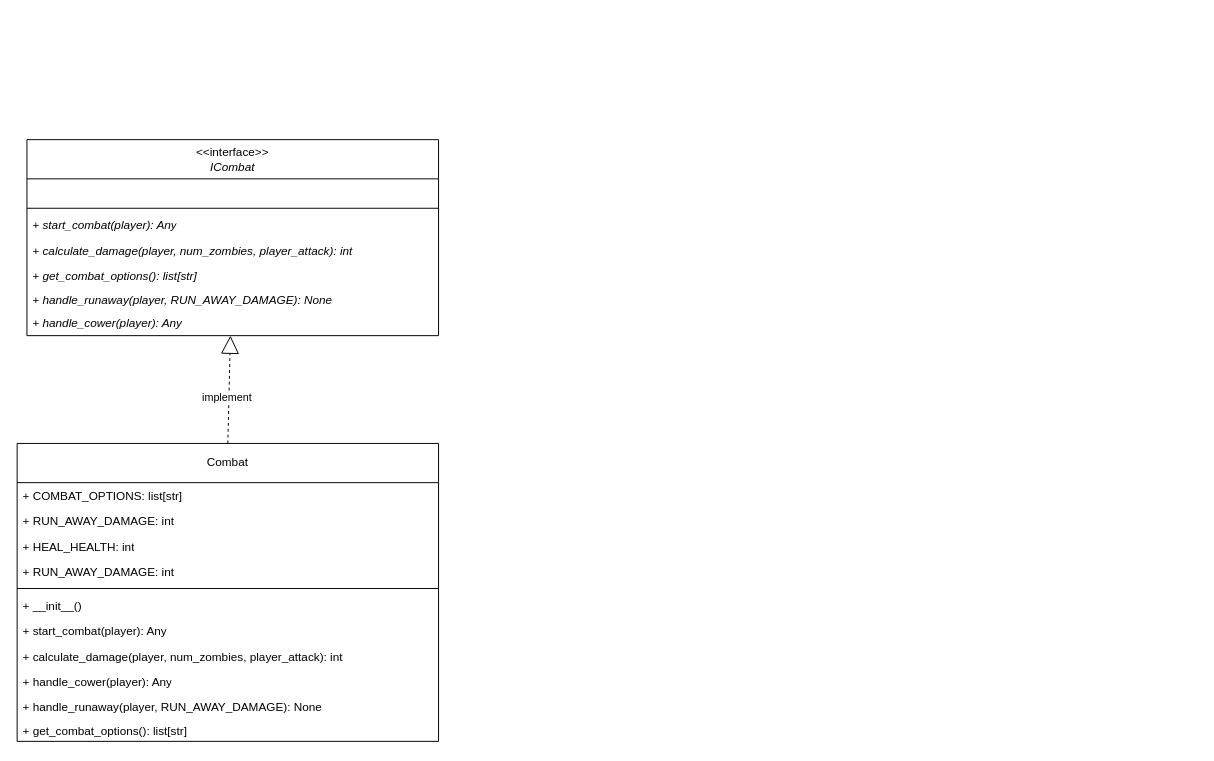
This is page "combat_before" (3 of 3) of src/model/before_pattern.drawio from arsenie-sarmiento/ZombieInMyPocket, a draw.io file, before an edit. Source tidied: cells renumbered, new cells numbered last; positions are measured from the earlier drawing's top-left corner, leaving out a move shared by most shapes. Both pictures are drawn from the tidied source at 98%, with x=0, y=0 at pixel (17, 139).
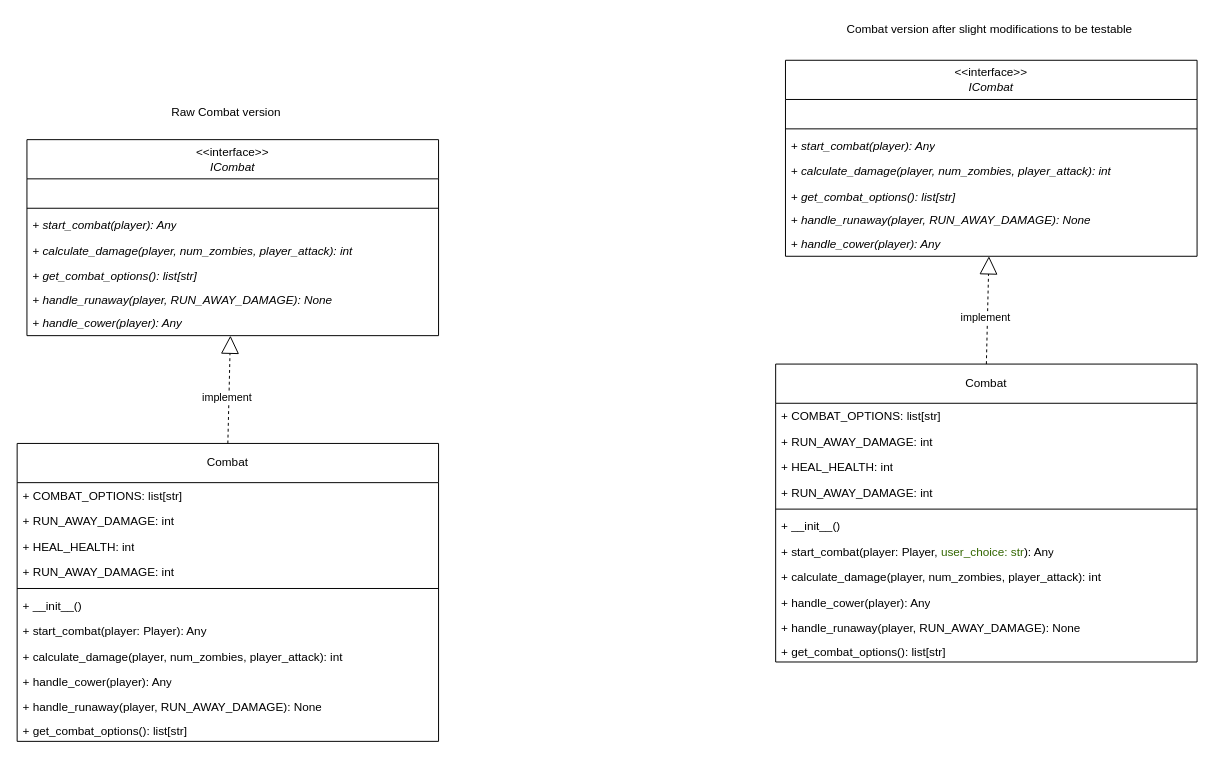
The same diagram, later.

Commit message (it also covers changes not shown here):
updated diagram, combat before, combat after, init combat after, i_combat

Unchanged cells that the change refers to:
```xml
<mxCell id="2" value="Combat" style="swimlane;fontStyle=0;horizontal=1;startSize=40;fillColor=none;whiteSpace=wrap;html=1;" parent="1" vertex="1">
  <mxGeometry y="310" width="430" height="304" as="geometry" />
</mxCell>
```

The edit, as a diff of the source:
```diff
@@
-    <mxCell id="9" value="+&amp;nbsp;start_combat(player): Any" style="text;strokeColor=none;fillColor=none;align=left;verticalAlign=top;spacingLeft=4;spacingRight=4;overflow=hidden;whiteSpace=wrap;html=1;fontStyle=0;" parent="2" vertex="1">
+    <mxCell id="9" value="+&amp;nbsp;start_combat(player: Player): Any" style="text;strokeColor=none;fillColor=none;align=left;verticalAlign=top;spacingLeft=4;spacingRight=4;overflow=hidden;whiteSpace=wrap;html=1;fontStyle=0;" parent="2" vertex="1">
       <mxGeometry y="178" width="430" height="26" as="geometry" />
     </mxCell>
@@
+    <mxCell id="24" value="Raw Combat version" style="text;html=1;align=center;verticalAlign=middle;strokeColor=none;fillColor=none;" parent="1" vertex="1">
+      <mxGeometry x="148" y="-41" width="129" height="26" as="geometry" />
+    </mxCell>
+    <mxCell id="25" value="Combat version after slight modifications to be testable" style="text;html=1;align=center;verticalAlign=middle;strokeColor=none;fillColor=none;" parent="1" vertex="1">
+      <mxGeometry x="837" y="-125" width="309" height="26" as="geometry" />
+    </mxCell>
+    <mxCell id="26" value="Combat" style="swimlane;fontStyle=0;horizontal=1;startSize=40;fillColor=none;whiteSpace=wrap;html=1;" parent="1" vertex="1">
+      <mxGeometry x="774" y="229" width="430" height="304" as="geometry" />
+    </mxCell>
+    <mxCell id="27" value="+ COMBAT_OPTIONS: list[str]" style="text;strokeColor=none;fillColor=none;align=left;verticalAlign=top;spacingLeft=4;spacingRight=4;overflow=hidden;whiteSpace=wrap;html=1;" parent="26" vertex="1">
+      <mxGeometry y="40" width="430" height="26" as="geometry" />
+    </mxCell>
+    <mxCell id="28" value="+ RUN_AWAY_DAMAGE: int" style="text;strokeColor=none;fillColor=none;align=left;verticalAlign=top;spacingLeft=4;spacingRight=4;overflow=hidden;whiteSpace=wrap;html=1;" parent="26" vertex="1">
+      <mxGeometry y="66" width="430" height="26" as="geometry" />
+    </mxCell>
+    <mxCell id="29" value="&lt;span style=&quot;color: rgb(0, 0, 0);&quot;&gt;+ HEAL_HEALTH: int&lt;/span&gt;" style="text;strokeColor=none;fillColor=none;align=left;verticalAlign=top;spacingLeft=4;spacingRight=4;overflow=hidden;whiteSpace=wrap;html=1;" parent="26" vertex="1">
+      <mxGeometry y="92" width="430" height="26" as="geometry" />
+    </mxCell>
+    <mxCell id="30" value="&lt;span style=&quot;color: rgb(0, 0, 0);&quot;&gt;+ RUN_AWAY_DAMAGE: int&lt;/span&gt;" style="text;strokeColor=none;fillColor=none;align=left;verticalAlign=top;spacingLeft=4;spacingRight=4;overflow=hidden;whiteSpace=wrap;html=1;" parent="26" vertex="1">
+      <mxGeometry y="118" width="430" height="26" as="geometry" />
+    </mxCell>
+    <mxCell id="31" style="line;strokeWidth=1;fillColor=none;align=left;verticalAlign=middle;spacingTop=-1;spacingLeft=3;spacingRight=3;labelPosition=right;strokeColor=inherit;" parent="26" vertex="1">
+      <mxGeometry y="144" width="430" height="8" as="geometry" />
+    </mxCell>
+    <mxCell id="32" value="+&amp;nbsp;__init__()" style="text;strokeColor=none;fillColor=none;align=left;verticalAlign=top;spacingLeft=4;spacingRight=4;overflow=hidden;whiteSpace=wrap;html=1;fontStyle=0;" parent="26" vertex="1">
+      <mxGeometry y="152" width="430" height="26" as="geometry" />
+    </mxCell>
+    <mxCell id="33" value="+&amp;nbsp;start_combat(player: Player, &lt;font style=&quot;color: rgb(51, 102, 0);&quot;&gt;user_choice: str&lt;/font&gt;): Any" style="text;strokeColor=none;fillColor=none;align=left;verticalAlign=top;spacingLeft=4;spacingRight=4;overflow=hidden;whiteSpace=wrap;html=1;fontStyle=0;" parent="26" vertex="1">
+      <mxGeometry y="178" width="430" height="26" as="geometry" />
+    </mxCell>
+    <mxCell id="34" value="+&amp;nbsp;calculate_damage(player, num_zombies, player_attack): int" style="text;strokeColor=none;fillColor=none;align=left;verticalAlign=top;spacingLeft=4;spacingRight=4;overflow=hidden;whiteSpace=wrap;html=1;fontStyle=0;" parent="26" vertex="1">
+      <mxGeometry y="204" width="430" height="26" as="geometry" />
+    </mxCell>
+    <mxCell id="35" value="+&amp;nbsp;handle_cower(player): Any" style="text;strokeColor=none;fillColor=none;align=left;verticalAlign=top;spacingLeft=4;spacingRight=4;overflow=hidden;whiteSpace=wrap;html=1;fontStyle=0;" parent="26" vertex="1">
+      <mxGeometry y="230" width="430" height="26" as="geometry" />
+    </mxCell>
+    <mxCell id="36" value="+&amp;nbsp;handle_runaway(player, RUN_AWAY_DAMAGE): None" style="text;strokeColor=none;fillColor=none;align=left;verticalAlign=top;spacingLeft=4;spacingRight=4;overflow=hidden;whiteSpace=wrap;html=1;fontStyle=0;" parent="26" vertex="1">
+      <mxGeometry y="256" width="430" height="24" as="geometry" />
+    </mxCell>
+    <mxCell id="37" value="+&amp;nbsp;get_combat_options():&amp;nbsp;&lt;span style=&quot;color: rgb(0, 0, 0);&quot;&gt;list[str]&lt;/span&gt;" style="text;strokeColor=none;fillColor=none;align=left;verticalAlign=top;spacingLeft=4;spacingRight=4;overflow=hidden;whiteSpace=wrap;html=1;fontStyle=0;" parent="26" vertex="1">
+      <mxGeometry y="280" width="430" height="24" as="geometry" />
+    </mxCell>
+    <mxCell id="38" value="&amp;lt;&amp;lt;interface&amp;gt;&amp;gt;&lt;br&gt;&lt;i&gt;ICombat&lt;/i&gt;" style="swimlane;fontStyle=0;horizontal=1;startSize=40;fillColor=none;whiteSpace=wrap;html=1;" parent="1" vertex="1">
+      <mxGeometry x="784" y="-81" width="420" height="200" as="geometry" />
+    </mxCell>
+    <mxCell id="39" value="&amp;nbsp;" style="text;strokeColor=none;fillColor=none;align=left;verticalAlign=top;spacingLeft=4;spacingRight=4;overflow=hidden;whiteSpace=wrap;html=1;" parent="38" vertex="1">
+      <mxGeometry y="40" width="420" height="26" as="geometry" />
+    </mxCell>
+    <mxCell id="40" style="line;strokeWidth=1;fillColor=none;align=left;verticalAlign=middle;spacingTop=-1;spacingLeft=3;spacingRight=3;labelPosition=right;strokeColor=inherit;" parent="38" vertex="1">
+      <mxGeometry y="66" width="420" height="8" as="geometry" />
+    </mxCell>
+    <mxCell id="41" value="+&amp;nbsp;start_combat(player): Any" style="text;strokeColor=none;fillColor=none;align=left;verticalAlign=top;spacingLeft=4;spacingRight=4;overflow=hidden;whiteSpace=wrap;html=1;fontStyle=2;" parent="38" vertex="1">
+      <mxGeometry y="74" width="420" height="26" as="geometry" />
+    </mxCell>
+    <mxCell id="42" value="+&amp;nbsp;calculate_damage(player, num_zombies, player_attack): int" style="text;strokeColor=none;fillColor=none;align=left;verticalAlign=top;spacingLeft=4;spacingRight=4;overflow=hidden;whiteSpace=wrap;html=1;fontStyle=2;" parent="38" vertex="1">
+      <mxGeometry y="100" width="420" height="26" as="geometry" />
+    </mxCell>
+    <mxCell id="43" value="+&amp;nbsp;get_combat_options():&amp;nbsp;&lt;span style=&quot;color: rgb(0, 0, 0);&quot;&gt;list[str]&lt;/span&gt;" style="text;strokeColor=none;fillColor=none;align=left;verticalAlign=top;spacingLeft=4;spacingRight=4;overflow=hidden;whiteSpace=wrap;html=1;fontStyle=2;" parent="38" vertex="1">
+      <mxGeometry y="126" width="420" height="24" as="geometry" />
+    </mxCell>
+    <mxCell id="44" value="+&amp;nbsp;handle_runaway(player, RUN_AWAY_DAMAGE): None" style="text;strokeColor=none;fillColor=none;align=left;verticalAlign=top;spacingLeft=4;spacingRight=4;overflow=hidden;whiteSpace=wrap;html=1;fontStyle=2;" parent="38" vertex="1">
+      <mxGeometry y="150" width="420" height="24" as="geometry" />
+    </mxCell>
+    <mxCell id="45" value="+&amp;nbsp;handle_cower(player): Any" style="text;strokeColor=none;fillColor=none;align=left;verticalAlign=top;spacingLeft=4;spacingRight=4;overflow=hidden;whiteSpace=wrap;html=1;fontStyle=2;" parent="38" vertex="1">
+      <mxGeometry y="174" width="420" height="26" as="geometry" />
+    </mxCell>
+    <mxCell id="46" style="edgeStyle=none;html=1;strokeColor=default;endArrow=block;endFill=0;dashed=1;strokeWidth=1;endSize=16;exitX=0.5;exitY=0;exitDx=0;exitDy=0;" parent="1" edge="1" source="26" target="38">
+      <mxGeometry relative="1" as="geometry" />
+    </mxCell>
+    <mxCell id="47" value="implement" style="edgeLabel;html=1;align=center;verticalAlign=middle;" parent="46" vertex="1">
+      <mxGeometry x="-0.13" y="3" relative="1" as="geometry">
+        <mxPoint y="1" as="offset" />
+      </mxGeometry>
+    </mxCell>
```
